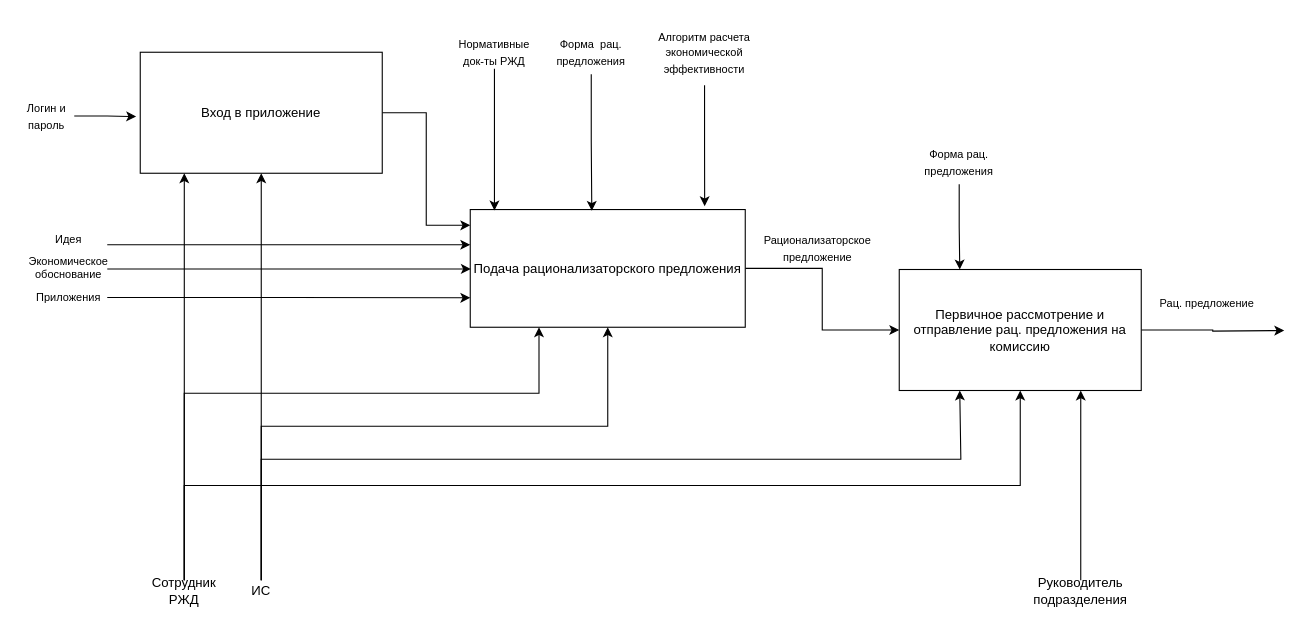
This is page "IDEF0 декомпозиция" (2 of 4) of IDEF0.drawio from Ideas-maker/diagram, a draw.io file, before an edit. Source tidied: cells renumbered, new cells numbered last; positions are measured from the earlier drawing's top-left corner, leaving out a move shared by most shapes. Both pictures are drawn from the tidied source at 110%, with x=0, y=0 at pixel (19, 19).
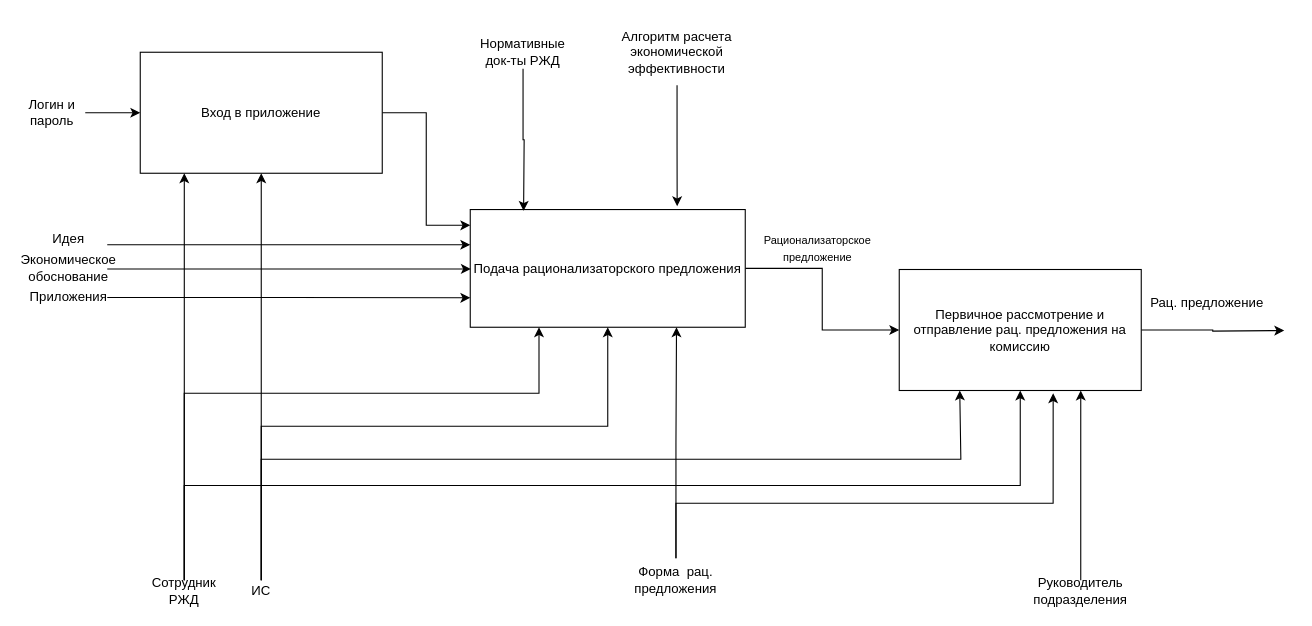
After the change.

Unchanged cells that the change refers to:
```xml
<mxCell id="3" value="&lt;font style=&quot;font-size: 12px&quot;&gt;Вход в приложение&lt;/font&gt;" style="rounded=0;whiteSpace=wrap;html=1;fontSize=10;" parent="1" vertex="1">
  <mxGeometry x="110" y="30" width="220" height="110" as="geometry" />
</mxCell>
<mxCell id="5" value="&lt;font style=&quot;font-size: 12px&quot;&gt;Подача рационализаторского предложения&lt;/font&gt;" style="rounded=0;whiteSpace=wrap;html=1;fontSize=10;" parent="1" vertex="1">
  <mxGeometry x="410" y="173" width="250" height="107" as="geometry" />
</mxCell>
<mxCell id="7" value="&lt;font style=&quot;font-size: 12px&quot;&gt;Первичное рассмотрение и отправление рац. предложения на комиссию&lt;/font&gt;" style="rounded=0;whiteSpace=wrap;html=1;fontSize=10;" parent="1" vertex="1">
  <mxGeometry x="800" y="227.5" width="220" height="110" as="geometry" />
</mxCell>
```

What changed in the source:
```diff
@@
-    <mxCell id="8" style="edgeStyle=orthogonalEdgeStyle;rounded=0;jettySize=auto;html=1;exitX=1;exitY=0.5;exitDx=0;exitDy=0;fontSize=10;entryX=-0.017;entryY=0.532;entryDx=0;entryDy=0;entryPerimeter=0;" parent="1" edge="1" source="9" target="3">
+    <mxCell id="8" style="edgeStyle=orthogonalEdgeStyle;rounded=0;jettySize=auto;html=1;exitX=1;exitY=0.5;exitDx=0;exitDy=0;entryX=0;entryY=0.5;entryDx=0;entryDy=0;" parent="1" edge="1" source="9" target="3">
       <mxGeometry relative="1" as="geometry" />
     </mxCell>
-    <mxCell id="9" value="&lt;font style=&quot;font-size: 10px&quot;&gt;Логин и пароль&lt;/font&gt;" style="text;html=1;strokeColor=none;fillColor=none;align=center;verticalAlign=middle;whiteSpace=wrap;rounded=0;fontSize=12;" parent="1" vertex="1">
-      <mxGeometry y="78" width="50" height="20" as="geometry" />
+    <mxCell id="9" value="&lt;font style=&quot;font-size: 12px&quot;&gt;Логин и пароль&lt;/font&gt;" style="text;html=1;strokeColor=none;fillColor=none;align=center;verticalAlign=middle;whiteSpace=wrap;rounded=0;fontSize=12;" parent="1" vertex="1">
+      <mxGeometry y="75" width="60" height="20" as="geometry" />
     </mxCell>
@@
-    <mxCell id="19" value="&lt;font style=&quot;font-size: 10px&quot;&gt;Идея&lt;/font&gt;" style="text;html=1;strokeColor=none;fillColor=none;align=center;verticalAlign=middle;whiteSpace=wrap;rounded=0;fontSize=10;" parent="1" vertex="1">
+    <mxCell id="19" value="&lt;font style=&quot;font-size: 12px&quot;&gt;Идея&lt;/font&gt;" style="text;html=1;strokeColor=none;fillColor=none;align=center;verticalAlign=middle;whiteSpace=wrap;rounded=0;fontSize=10;" parent="1" vertex="1">
       <mxGeometry x="15" y="190" width="60" height="20" as="geometry" />
     </mxCell>
@@
-    <mxCell id="21" value="&lt;span style=&quot;font-size: 10px&quot;&gt;Экономическое обоснование&lt;/span&gt;" style="text;html=1;strokeColor=none;fillColor=none;align=center;verticalAlign=middle;whiteSpace=wrap;rounded=0;fontSize=10;" parent="1" vertex="1">
+    <mxCell id="21" value="&lt;font style=&quot;font-size: 12px&quot;&gt;Экономическое обоснование&lt;/font&gt;" style="text;html=1;strokeColor=none;fillColor=none;align=center;verticalAlign=middle;whiteSpace=wrap;rounded=0;fontSize=10;" parent="1" vertex="1">
       <mxGeometry y="210" width="90" height="32" as="geometry" />
     </mxCell>
-    <mxCell id="22" style="edgeStyle=orthogonalEdgeStyle;rounded=0;jettySize=auto;html=1;exitX=0.5;exitY=1;exitDx=0;exitDy=0;entryX=0.088;entryY=0.008;entryDx=0;entryDy=0;entryPerimeter=0;fontSize=10;" parent="1" edge="1" source="23" target="5">
-      <mxGeometry relative="1" as="geometry" />
+    <mxCell id="22" style="edgeStyle=orthogonalEdgeStyle;rounded=0;jettySize=auto;html=1;exitX=0.5;exitY=1;exitDx=0;exitDy=0;entryX=0.088;entryY=0.008;entryDx=0;entryDy=0;entryPerimeter=0;fontSize=10;" parent="1" edge="1" source="23">
+      <mxGeometry relative="1" as="geometry">
+        <mxPoint x="458.5" y="174.2" as="targetPoint" />
+      </mxGeometry>
     </mxCell>
-    <mxCell id="23" value="&lt;font style=&quot;font-size: 10px&quot;&gt;Нормативные док-ты РЖД&lt;/font&gt;" style="text;html=1;strokeColor=none;fillColor=none;align=center;verticalAlign=middle;whiteSpace=wrap;rounded=0;fontSize=12;" parent="1" vertex="1">
-      <mxGeometry x="397" y="15" width="70" height="30" as="geometry" />
+    <mxCell id="23" value="&lt;font style=&quot;font-size: 12px&quot;&gt;Нормативные док-ты РЖД&lt;/font&gt;" style="text;html=1;strokeColor=none;fillColor=none;align=center;verticalAlign=middle;whiteSpace=wrap;rounded=0;fontSize=12;" parent="1" vertex="1">
+      <mxGeometry x="423" y="15" width="70" height="30" as="geometry" />
     </mxCell>
-    <mxCell id="24" style="edgeStyle=orthogonalEdgeStyle;rounded=0;jettySize=auto;html=1;exitX=0.5;exitY=1;exitDx=0;exitDy=0;fontSize=10;entryX=0.442;entryY=0.011;entryDx=0;entryDy=0;entryPerimeter=0;" parent="1" edge="1" source="25" target="5">
+    <mxCell id="24" style="edgeStyle=orthogonalEdgeStyle;rounded=0;jettySize=auto;html=1;exitX=0.5;exitY=0;exitDx=0;exitDy=0;entryX=0.75;entryY=1;entryDx=0;entryDy=0;" parent="1" edge="1" source="25" target="5">
       <mxGeometry relative="1" as="geometry" />
     </mxCell>
+    <mxCell id="36" style="edgeStyle=orthogonalEdgeStyle;rounded=0;jettySize=auto;html=1;exitX=0.5;exitY=0;exitDx=0;exitDy=0;entryX=0.636;entryY=1.023;entryDx=0;entryDy=0;entryPerimeter=0;" parent="1" edge="1" source="25" target="7">
+      <mxGeometry relative="1" as="geometry">
+        <Array as="points">
+          <mxPoint x="597" y="440" />
+          <mxPoint x="940" y="440" />
+        </Array>
+      </mxGeometry>
+    </mxCell>
-    <mxCell id="25" value="&lt;font style=&quot;font-size: 10px&quot;&gt;Форма&amp;nbsp; рац. предложения&lt;/font&gt;" style="text;html=1;strokeColor=none;fillColor=none;align=center;verticalAlign=middle;whiteSpace=wrap;rounded=0;fontSize=12;" parent="1" vertex="1">
-      <mxGeometry x="470" y="10" width="100" height="40" as="geometry" />
+    <mxCell id="25" value="&lt;font style=&quot;font-size: 12px&quot;&gt;Форма&amp;nbsp; рац. предложения&lt;/font&gt;" style="text;html=1;strokeColor=none;fillColor=none;align=center;verticalAlign=middle;whiteSpace=wrap;rounded=0;fontSize=12;" parent="1" vertex="1">
+      <mxGeometry x="547" y="490" width="100" height="40" as="geometry" />
     </mxCell>
     <mxCell id="26" style="edgeStyle=orthogonalEdgeStyle;rounded=0;jettySize=auto;html=1;exitX=0.5;exitY=1;exitDx=0;exitDy=0;fontSize=10;" parent="1" edge="1" source="27">
       <mxGeometry relative="1" as="geometry">
-        <mxPoint x="623.1" y="170" as="targetPoint" />
+        <mxPoint x="598.1" y="170" as="targetPoint" />
       </mxGeometry>
     </mxCell>
-    <mxCell id="27" value="&lt;font style=&quot;font-size: 10px&quot;&gt;Алгоритм расчета экономической эффективности&lt;/font&gt;" style="text;html=1;strokeColor=none;fillColor=none;align=center;verticalAlign=middle;whiteSpace=wrap;rounded=0;fontSize=12;" parent="1" vertex="1">
-      <mxGeometry x="570" width="106" height="60" as="geometry" />
+    <mxCell id="27" value="&lt;font style=&quot;font-size: 12px&quot;&gt;Алгоритм расчета экономической эффективности&lt;/font&gt;" style="text;html=1;strokeColor=none;fillColor=none;align=center;verticalAlign=middle;whiteSpace=wrap;rounded=0;fontSize=12;" parent="1" vertex="1">
+      <mxGeometry x="545" width="106" height="60" as="geometry" />
     </mxCell>
@@
-    <mxCell id="32" value="&lt;font style=&quot;font-size: 10px&quot;&gt;Приложения&lt;/font&gt;" style="text;html=1;strokeColor=none;fillColor=none;align=center;verticalAlign=middle;whiteSpace=wrap;rounded=0;fontSize=10;" parent="1" vertex="1">
+    <mxCell id="32" value="&lt;font style=&quot;font-size: 12px&quot;&gt;Приложения&lt;/font&gt;" style="text;html=1;strokeColor=none;fillColor=none;align=center;verticalAlign=middle;whiteSpace=wrap;rounded=0;fontSize=10;" parent="1" vertex="1">
       <mxGeometry x="10" y="243" width="70" height="20" as="geometry" />
     </mxCell>
-    <mxCell id="33" value="&lt;font style=&quot;font-size: 10px&quot;&gt;Рац. предложение&lt;/font&gt;" style="text;html=1;strokeColor=none;fillColor=none;align=center;verticalAlign=middle;whiteSpace=wrap;rounded=0;fontSize=12;" parent="1" vertex="1">
+    <mxCell id="33" value="&lt;font style=&quot;font-size: 12px&quot;&gt;Рац. предложение&lt;/font&gt;" style="text;html=1;strokeColor=none;fillColor=none;align=center;verticalAlign=middle;whiteSpace=wrap;rounded=0;fontSize=12;" parent="1" vertex="1">
       <mxGeometry x="1025" y="243" width="110" height="30" as="geometry" />
     </mxCell>
-    <mxCell id="34" style="edgeStyle=orthogonalEdgeStyle;rounded=0;jettySize=auto;html=1;exitX=0.5;exitY=1;exitDx=0;exitDy=0;fontSize=12;entryX=0.25;entryY=0;entryDx=0;entryDy=0;" parent="1" edge="1" source="35" target="7">
-      <mxGeometry relative="1" as="geometry" />
-    </mxCell>
-    <mxCell id="35" value="&lt;font style=&quot;font-size: 10px&quot;&gt;Форма рац. предложения&lt;/font&gt;" style="text;html=1;strokeColor=none;fillColor=none;align=center;verticalAlign=middle;whiteSpace=wrap;rounded=0;fontSize=12;" parent="1" vertex="1">
-      <mxGeometry x="812" y="110" width="85" height="40" as="geometry" />
-    </mxCell>
```
